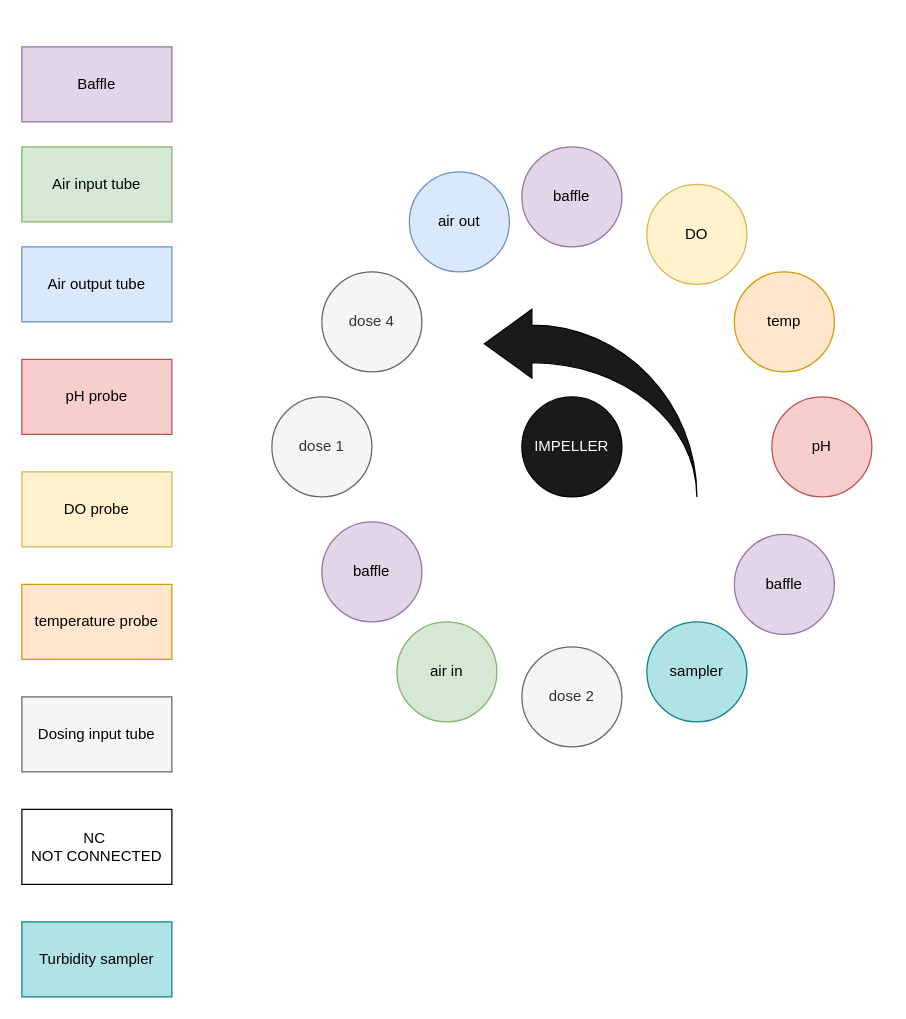
uwo-fast/open-source-bioreactor keeps this draw.io diagram as docs/ports_layout.drawio. Above is the earlier version. Source tidied: cells renumbered, new cells numbered last; positions are measured from the earlier drawing's top-left corner, leaving out a move shared by most shapes. Both pictures are drawn from the tidied source at 125%, with x=0, y=0 at pixel (21, 46).
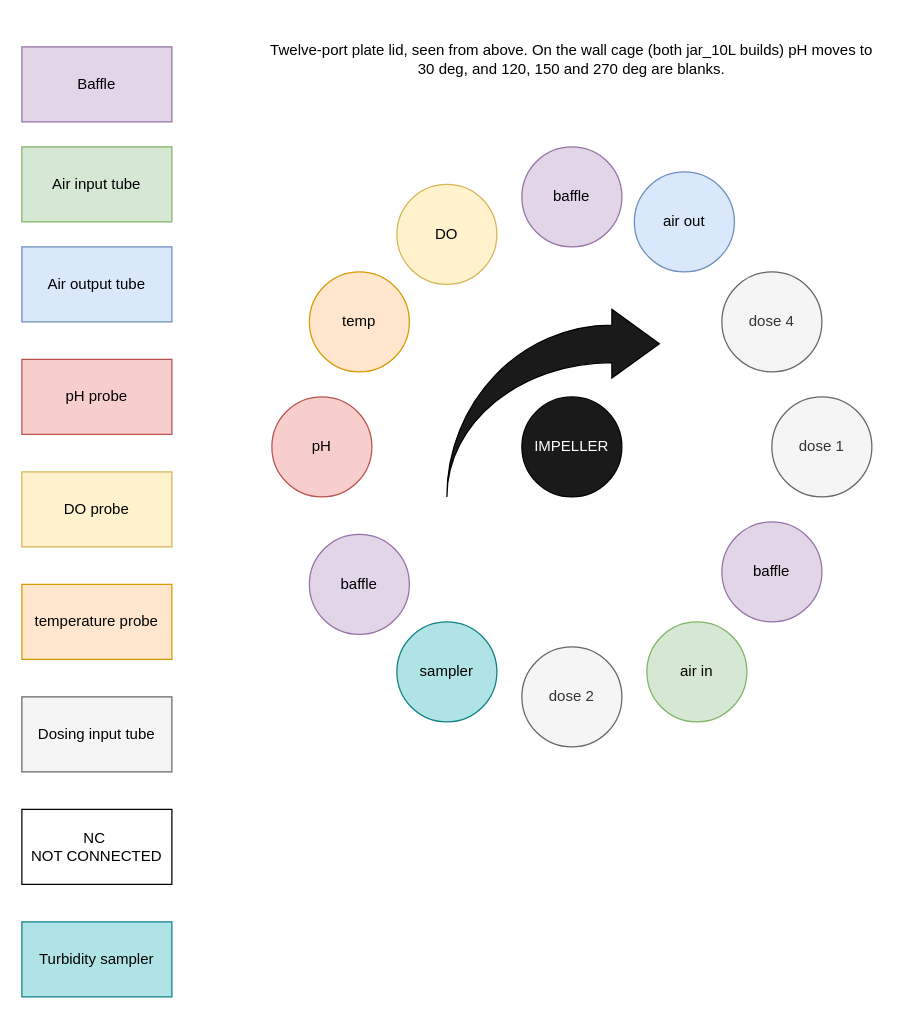
After the change.

Commit message (it also covers changes not shown here):
docs(ports-layout): draw the port circle as seen from above, and say so

The edit, as a diff of the source:
```diff
@@
     <mxCell id="5" value="dose 1" style="ellipse;whiteSpace=wrap;html=1;fillColor=#f5f5f5;fontColor=#333333;strokeColor=#666666;" parent="1" vertex="1">
-      <mxGeometry x="200" y="280" width="80" height="80" as="geometry" />
+      <mxGeometry x="600" y="280" width="80" height="80" as="geometry" />
     </mxCell>
     <mxCell id="6" value="pH" style="ellipse;whiteSpace=wrap;html=1;fillColor=#f8cecc;strokeColor=#b85450;" parent="1" vertex="1">
-      <mxGeometry x="600" y="280" width="80" height="80" as="geometry" />
+      <mxGeometry x="200" y="280" width="80" height="80" as="geometry" />
     </mxCell>
     <mxCell id="7" value="&lt;span style=&quot;color: rgb(0, 0, 0);&quot;&gt;baffle&lt;/span&gt;" style="ellipse;whiteSpace=wrap;html=1;fillColor=#e1d5e7;strokeColor=#9673a6;" parent="1" vertex="1">
-      <mxGeometry x="570" y="390" width="80" height="80" as="geometry" />
+      <mxGeometry x="230" y="390" width="80" height="80" as="geometry" />
     </mxCell>
     <mxCell id="8" value="sampler" style="ellipse;whiteSpace=wrap;html=1;fillColor=#b0e3e6;strokeColor=#0e8088;" parent="1" vertex="1">
-      <mxGeometry x="500" y="460" width="80" height="80" as="geometry" />
+      <mxGeometry x="300" y="460" width="80" height="80" as="geometry" />
     </mxCell>
     <mxCell id="9" value="temp" style="ellipse;whiteSpace=wrap;html=1;fillColor=#ffe6cc;strokeColor=#d79b00;" parent="1" vertex="1">
-      <mxGeometry x="570" y="180" width="80" height="80" as="geometry" />
+      <mxGeometry x="230" y="180" width="80" height="80" as="geometry" />
     </mxCell>
     <mxCell id="10" value="DO" style="ellipse;whiteSpace=wrap;html=1;fillColor=#fff2cc;strokeColor=#d6b656;" parent="1" vertex="1">
-      <mxGeometry x="500" y="110" width="80" height="80" as="geometry" />
+      <mxGeometry x="300" y="110" width="80" height="80" as="geometry" />
     </mxCell>
     <mxCell id="11" value="&lt;span style=&quot;color: rgb(0, 0, 0);&quot;&gt;air out&lt;/span&gt;" style="ellipse;whiteSpace=wrap;html=1;fillColor=#dae8fc;strokeColor=#6c8ebf;" parent="1" vertex="1">
-      <mxGeometry x="310" y="100" width="80" height="80" as="geometry" />
+      <mxGeometry x="490" y="100" width="80" height="80" as="geometry" />
     </mxCell>
     <mxCell id="12" value="dose 4" style="ellipse;whiteSpace=wrap;html=1;fillColor=#f5f5f5;fontColor=#333333;strokeColor=#666666;" parent="1" vertex="1">
-      <mxGeometry x="240" y="180" width="80" height="80" as="geometry" />
+      <mxGeometry x="560" y="180" width="80" height="80" as="geometry" />
     </mxCell>
     <mxCell id="13" value="&lt;span style=&quot;color: rgb(0, 0, 0);&quot;&gt;baffle&lt;/span&gt;" style="ellipse;whiteSpace=wrap;html=1;fillColor=#e1d5e7;strokeColor=#9673a6;" parent="1" vertex="1">
-      <mxGeometry x="240" y="380" width="80" height="80" as="geometry" />
+      <mxGeometry x="560" y="380" width="80" height="80" as="geometry" />
     </mxCell>
     <mxCell id="14" value="&lt;span style=&quot;color: rgb(0, 0, 0);&quot;&gt;air in&lt;/span&gt;" style="ellipse;whiteSpace=wrap;html=1;fillColor=#d5e8d4;strokeColor=#82b366;" parent="1" vertex="1">
-      <mxGeometry x="300" y="460" width="80" height="80" as="geometry" />
+      <mxGeometry x="500" y="460" width="80" height="80" as="geometry" />
     </mxCell>
@@
+    <mxCell id="25" value="Twelve-port plate lid, seen from above. On the wall cage (both jar_10L builds) pH moves to 30 deg, and 120, 150 and 270 deg are blanks." style="text;html=1;whiteSpace=wrap;align=center;verticalAlign=middle;" parent="1" vertex="1">
+      <mxGeometry x="190" y="-20" width="500" height="60" as="geometry" />
+    </mxCell>
-    <mxCell id="24" style="html=1;shadow=0;dashed=0;align=center;verticalAlign=middle;shape=mxgraph.arrows2.jumpInArrow;dy=15;dx=38;arrowHead=55;flipH=1;fillColor=#1A1A1A;" parent="1" vertex="1">
-      <mxGeometry x="370" y="210" width="170" height="150" as="geometry" />
+    <mxCell id="24" style="html=1;shadow=0;dashed=0;align=center;verticalAlign=middle;shape=mxgraph.arrows2.jumpInArrow;dy=15;dx=38;arrowHead=55;fillColor=#1A1A1A;" parent="1" vertex="1">
+      <mxGeometry x="340" y="210" width="170" height="150" as="geometry" />
     </mxCell>
```
